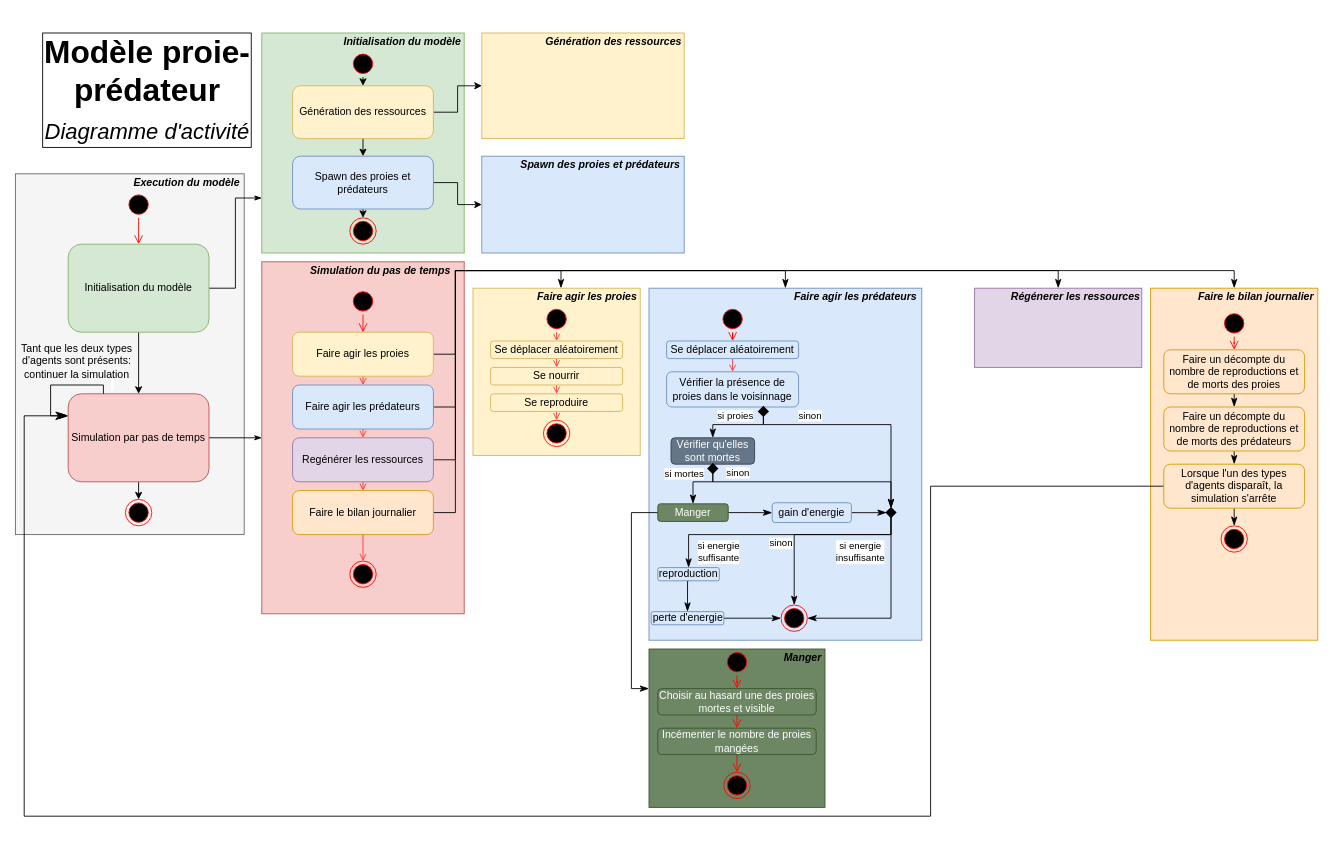
The draw.io diagram page "Diagramme d'activité" (2 of 3) of class_diagram.drawio in pierre-manchon/MAS_Vultures_population_modelisation, before the edit. Source tidied: cells renumbered, new cells numbered last; positions are measured from the earlier drawing's top-left corner, leaving out a move shared by most shapes. Both pictures are drawn from the tidied source at 88%, with x=0, y=0 at pixel (15, 15).
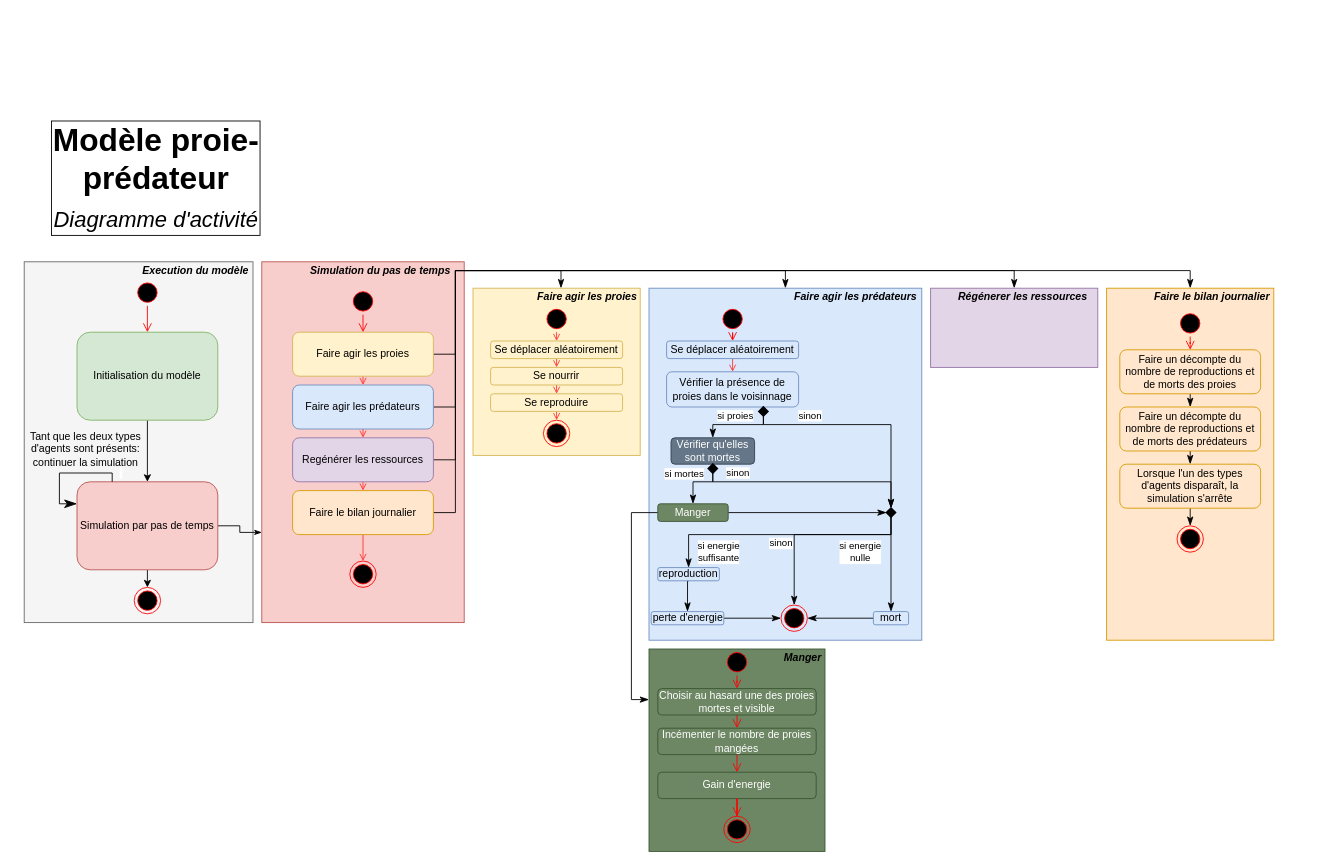
The same page after the edit.

The change refers to these unchanged cells:
```xml
<mxCell id="30" value="Regénérer les ressources" style="rounded=1;whiteSpace=wrap;html=1;fillColor=#e1d5e7;strokeColor=#9673a6;" parent="1" vertex="1">
  <mxGeometry x="315" y="480" width="160" height="50" as="geometry" />
</mxCell>
<mxCell id="33" value="Faire le bilan journalier" style="rounded=1;whiteSpace=wrap;html=1;fillColor=#ffe6cc;strokeColor=#d79b00;" parent="1" vertex="1">
  <mxGeometry x="315" y="540" width="160" height="50" as="geometry" />
</mxCell>
<mxCell id="51" value="Se nourrir" style="rounded=1;whiteSpace=wrap;html=1;fillColor=#fff2cc;strokeColor=#d6b656;" parent="1" vertex="1">
  <mxGeometry x="540" y="400" width="150" height="20" as="geometry" />
</mxCell>
<mxCell id="52" value="Se reproduire" style="rounded=1;whiteSpace=wrap;html=1;fillColor=#fff2cc;strokeColor=#d6b656;" parent="1" vertex="1">
  <mxGeometry x="540" y="430" width="150" height="20" as="geometry" />
</mxCell>
<mxCell id="60" style="ellipse;html=1;shape=startState;fillColor=#000000;strokeColor=#ff0000;" parent="1" vertex="1">
  <mxGeometry x="800" y="330" width="30" height="30" as="geometry" />
</mxCell>
<mxCell id="63" value="Se déplacer aléatoirement" style="rounded=1;whiteSpace=wrap;html=1;fillColor=#dae8fc;strokeColor=#6c8ebf;" parent="1" vertex="1">
  <mxGeometry x="740" y="370" width="150" height="20" as="geometry" />
</mxCell>
<mxCell id="68" style="ellipse;html=1;shape=endState;fillColor=#000000;strokeColor=#ff0000;" parent="1" vertex="1">
  <mxGeometry x="870" y="670" width="30" height="30" as="geometry" />
</mxCell>
<mxCell id="75" value="Manger" style="rounded=1;whiteSpace=wrap;html=1;fillColor=#6d8764;strokeColor=#3A5431;fontColor=#ffffff;" parent="1" vertex="1">
  <mxGeometry x="730" y="555" width="80" height="20" as="geometry" />
</mxCell>
<mxCell id="81" style="strokeWidth=2;html=1;shape=mxgraph.flowchart.decision;whiteSpace=wrap;labelBackgroundColor=none;fontSize=36;fillColor=#000000;" parent="1" vertex="1">
  <mxGeometry x="990" y="560" width="10" height="10" as="geometry" />
</mxCell>
<mxCell id="87" value="Incémenter le nombre de proies mangées" style="rounded=1;whiteSpace=wrap;html=1;fillColor=#6d8764;strokeColor=#3A5431;fontColor=#ffffff;" parent="1" vertex="1">
  <mxGeometry x="730" y="810" width="180" height="30" as="geometry" />
</mxCell>
```

What changed in the source:
```diff
@@
     <mxCell id="2" style="rounded=0;whiteSpace=wrap;html=1;fillColor=#ffe6cc;strokeColor=#d79b00;" parent="1" vertex="1">
-      <mxGeometry x="1290" y="310" width="190" height="400" as="geometry" />
+      <mxGeometry x="1240" y="310" width="190" height="400" as="geometry" />
     </mxCell>
     <mxCell id="3" style="rounded=0;whiteSpace=wrap;html=1;fillColor=#e1d5e7;strokeColor=#9673a6;" parent="1" vertex="1">
-      <mxGeometry x="1090" y="310" width="190" height="90" as="geometry" />
+      <mxGeometry x="1040" y="310" width="190" height="90" as="geometry" />
     </mxCell>
@@
-    <mxCell id="5" style="rounded=0;whiteSpace=wrap;html=1;fillColor=#fff2cc;strokeColor=#d6b656;" parent="1" vertex="1">
-      <mxGeometry x="530" y="20" width="230" height="120" as="geometry" />
-    </mxCell>
-    <mxCell id="6" style="rounded=0;whiteSpace=wrap;html=1;fillColor=#dae8fc;strokeColor=#6c8ebf;" parent="1" vertex="1">
-      <mxGeometry x="530" y="160" width="230" height="110" as="geometry" />
-    </mxCell>
-    <mxCell id="7" style="rounded=0;whiteSpace=wrap;html=1;fillColor=#d5e8d4;strokeColor=#82b366;" parent="1" vertex="1">
-      <mxGeometry x="280" y="20" width="230" height="250" as="geometry" />
-    </mxCell>
     <mxCell id="8" style="rounded=0;whiteSpace=wrap;html=1;fillColor=#f5f5f5;strokeColor=#666666;fontColor=#333333;" parent="1" vertex="1">
-      <mxGeometry y="180" width="260" height="410" as="geometry" />
+      <mxGeometry x="10" y="280" width="260" height="410" as="geometry" />
     </mxCell>
     <mxCell id="9" style="rounded=0;whiteSpace=wrap;html=1;fillColor=#f8cecc;strokeColor=#b85450;" parent="1" vertex="1">
-      <mxGeometry x="280" y="280" width="230" height="400" as="geometry" />
+      <mxGeometry x="280" y="280" width="230" height="410" as="geometry" />
     </mxCell>
@@
-    <mxCell id="12" style="edgeStyle=orthogonalEdgeStyle;rounded=0;sketch=0;jettySize=auto;html=1;exitX=1;exitY=0.5;exitDx=0;exitDy=0;entryX=0;entryY=0.75;entryDx=0;entryDy=0;shadow=0;startArrow=none;startFill=0;endArrow=classicThin;endFill=1;strokeColor=#000000;" parent="1" edge="1" source="13" target="7">
-      <mxGeometry relative="1" as="geometry" />
-    </mxCell>
     <mxCell id="13" value="Initialisation du modèle" style="rounded=1;whiteSpace=wrap;html=1;fillColor=#d5e8d4;strokeColor=#82b366;" parent="1" vertex="1">
-      <mxGeometry x="60" y="260" width="160" height="100" as="geometry" />
+      <mxGeometry x="70" y="360" width="160" height="100" as="geometry" />
     </mxCell>
@@
-    <mxCell id="15" style="edgeStyle=orthogonalEdgeStyle;rounded=0;sketch=0;jettySize=auto;html=1;exitX=1;exitY=0.5;exitDx=0;exitDy=0;entryX=0;entryY=0.5;entryDx=0;entryDy=0;shadow=0;startArrow=none;startFill=0;endArrow=classicThin;endFill=1;strokeColor=#000000;" parent="1" edge="1" source="16" target="9">
+    <mxCell id="15" style="edgeStyle=orthogonalEdgeStyle;rounded=0;sketch=0;jettySize=auto;html=1;exitX=1;exitY=0.5;exitDx=0;exitDy=0;entryX=0;entryY=0.75;entryDx=0;entryDy=0;shadow=0;startArrow=none;startFill=0;endArrow=classicThin;endFill=1;strokeColor=#000000;" parent="1" edge="1" source="16" target="9">
       <mxGeometry relative="1" as="geometry" />
     </mxCell>
     <mxCell id="16" value="Simulation par pas de temps" style="rounded=1;whiteSpace=wrap;html=1;fillColor=#f8cecc;strokeColor=#b85450;" parent="1" vertex="1">
-      <mxGeometry x="60" y="430" width="160" height="100" as="geometry" />
+      <mxGeometry x="70" y="530" width="160" height="100" as="geometry" />
     </mxCell>
     <mxCell id="17" style="ellipse;html=1;shape=endState;fillColor=#000000;strokeColor=#ff0000;" parent="1" vertex="1">
-      <mxGeometry x="125" y="550" width="30" height="30" as="geometry" />
+      <mxGeometry x="135" y="650" width="30" height="30" as="geometry" />
     </mxCell>
     <mxCell id="18" style="ellipse;html=1;shape=startState;fillColor=#000000;strokeColor=#ff0000;" parent="1" vertex="1">
-      <mxGeometry x="125" y="200" width="30" height="30" as="geometry" />
+      <mxGeometry x="135" y="300" width="30" height="30" as="geometry" />
     </mxCell>
@@
     <mxCell id="20" value="Modèle proie-prédateur&lt;br&gt;&lt;span style=&quot;font-weight: normal&quot;&gt;&lt;font style=&quot;font-size: 25px&quot;&gt;&lt;i&gt;Diagramme d'activité&lt;/i&gt;&lt;/font&gt;&lt;/span&gt;" style="text;html=1;strokeColor=none;fillColor=none;align=center;verticalAlign=middle;whiteSpace=wrap;rounded=0;strokeWidth=2;fontSize=36;fontStyle=1;labelBorderColor=#000000;" parent="1" vertex="1">
-      <mxGeometry x="30" width="240" height="170" as="geometry" />
+      <mxGeometry x="40" y="100" width="240" height="170" as="geometry" />
     </mxCell>
@@
     <mxCell id="29" style="edgeStyle=orthogonalEdgeStyle;rounded=0;sketch=0;jumpSize=4;jettySize=auto;html=1;exitX=1;exitY=0.5;exitDx=0;exitDy=0;entryX=0.5;entryY=0;entryDx=0;entryDy=0;shadow=0;startArrow=none;startFill=0;startSize=14;endArrow=classicThin;endFill=1;endSize=8;strokeColor=#000000;fontSize=36;" parent="1" edge="1" source="30" target="3">
       <mxGeometry relative="1" as="geometry">
         <Array as="points">
           <mxPoint x="500" y="505" />
           <mxPoint x="500" y="290" />
-          <mxPoint x="1185" y="290" />
+          <mxPoint x="1135" y="290" />
         </Array>
       </mxGeometry>
     </mxCell>
@@
     <mxCell id="32" style="edgeStyle=orthogonalEdgeStyle;rounded=0;sketch=0;jumpSize=4;jettySize=auto;html=1;exitX=1;exitY=0.5;exitDx=0;exitDy=0;entryX=0.5;entryY=0;entryDx=0;entryDy=0;shadow=0;startArrow=none;startFill=0;startSize=14;endArrow=classicThin;endFill=1;endSize=8;strokeColor=#000000;fontSize=36;" parent="1" edge="1" source="33" target="2">
       <mxGeometry relative="1" as="geometry">
         <Array as="points">
           <mxPoint x="500" y="565" />
           <mxPoint x="500" y="290" />
-          <mxPoint x="1385" y="290" />
+          <mxPoint x="1335" y="290" />
         </Array>
       </mxGeometry>
     </mxCell>
@@
-    <mxCell id="34" style="edgeStyle=orthogonalEdgeStyle;rounded=0;jettySize=auto;html=1;exitX=0.5;exitY=1;exitDx=0;exitDy=0;entryX=0.5;entryY=0;entryDx=0;entryDy=0;" parent="1" edge="1" source="36" target="42">
-      <mxGeometry relative="1" as="geometry" />
-    </mxCell>
-    <mxCell id="35" style="edgeStyle=orthogonalEdgeStyle;rounded=0;jettySize=auto;html=1;exitX=1;exitY=0.5;exitDx=0;exitDy=0;entryX=0;entryY=0.5;entryDx=0;entryDy=0;" parent="1" edge="1" source="36" target="5">
-      <mxGeometry relative="1" as="geometry" />
-    </mxCell>
-    <mxCell id="36" value="Génération des ressources" style="rounded=1;whiteSpace=wrap;html=1;fillColor=#fff2cc;strokeColor=#d6b656;" parent="1" vertex="1">
-      <mxGeometry x="315" y="80" width="160" height="60" as="geometry" />
-    </mxCell>
-    <mxCell id="37" style="ellipse;html=1;shape=endState;fillColor=#000000;strokeColor=#ff0000;" parent="1" vertex="1">
-      <mxGeometry x="380" y="230" width="30" height="30" as="geometry" />
-    </mxCell>
-    <mxCell id="38" style="edgeStyle=orthogonalEdgeStyle;rounded=0;jettySize=auto;html=1;exitX=0.5;exitY=1;exitDx=0;exitDy=0;entryX=0.5;entryY=0;entryDx=0;entryDy=0;" parent="1" edge="1" source="39" target="36">
-      <mxGeometry relative="1" as="geometry" />
-    </mxCell>
-    <mxCell id="39" style="ellipse;html=1;shape=startState;fillColor=#000000;strokeColor=#ff0000;" parent="1" vertex="1">
-      <mxGeometry x="380" y="40" width="30" height="30" as="geometry" />
-    </mxCell>
-    <mxCell id="40" style="edgeStyle=orthogonalEdgeStyle;rounded=0;jettySize=auto;html=1;exitX=0.5;exitY=1;exitDx=0;exitDy=0;entryX=0.5;entryY=0;entryDx=0;entryDy=0;" parent="1" edge="1" source="42" target="37">
-      <mxGeometry relative="1" as="geometry" />
-    </mxCell>
-    <mxCell id="41" style="edgeStyle=orthogonalEdgeStyle;rounded=0;jettySize=auto;html=1;exitX=1;exitY=0.5;exitDx=0;exitDy=0;entryX=0;entryY=0.5;entryDx=0;entryDy=0;" parent="1" edge="1" source="42" target="6">
-      <mxGeometry relative="1" as="geometry" />
-    </mxCell>
-    <mxCell id="42" value="Spawn des proies et prédateurs" style="rounded=1;whiteSpace=wrap;html=1;fillColor=#dae8fc;strokeColor=#6c8ebf;" parent="1" vertex="1">
-      <mxGeometry x="315" y="160" width="160" height="60" as="geometry" />
-    </mxCell>
@@
     <mxCell id="50" style="edgeStyle=orthogonalEdgeStyle;rounded=0;jettySize=auto;html=1;exitX=0.5;exitY=1;exitDx=0;exitDy=0;entryX=0.5;entryY=0;entryDx=0;entryDy=0;endArrow=open;endFill=0;strokeColor=#FF3333;" parent="1" edge="1" source="51" target="52">
-      <mxGeometry x="-320" y="320" as="geometry" />
+      <mxGeometry x="-659" y="220" as="geometry" />
     </mxCell>
@@
     <mxCell id="53" value="Execution du modèle" style="text;html=1;strokeColor=none;fillColor=none;align=center;verticalAlign=middle;whiteSpace=wrap;rounded=0;fontStyle=3;" parent="1" vertex="1">
-      <mxGeometry x="130" y="180" width="130" height="20" as="geometry" />
+      <mxGeometry x="140" y="280" width="130" height="20" as="geometry" />
     </mxCell>
@@
-    <mxCell id="56" value="Initialisation du modèle" style="text;html=1;strokeColor=none;fillColor=none;align=center;verticalAlign=middle;whiteSpace=wrap;rounded=0;fontStyle=3;" parent="1" vertex="1">
-      <mxGeometry x="370" y="20" width="140" height="20" as="geometry" />
-    </mxCell>
     <mxCell id="57" value="Faire le bilan journalier" style="text;html=1;strokeColor=none;fillColor=none;align=center;verticalAlign=middle;whiteSpace=wrap;rounded=0;fontStyle=3;" parent="1" vertex="1">
-      <mxGeometry x="1340" y="310" width="140" height="20" as="geometry" />
+      <mxGeometry x="1290" y="310" width="140" height="20" as="geometry" />
     </mxCell>
     <mxCell id="58" value="Régénerer les ressources" style="text;html=1;strokeColor=none;fillColor=none;align=center;verticalAlign=middle;whiteSpace=wrap;rounded=0;fontStyle=3;" parent="1" vertex="1">
-      <mxGeometry x="1130" y="310" width="150" height="20" as="geometry" />
+      <mxGeometry x="1070" y="310" width="150" height="20" as="geometry" />
     </mxCell>
@@
     <mxCell id="61" style="edgeStyle=orthogonalEdgeStyle;html=1;verticalAlign=bottom;endArrow=open;endSize=8;strokeColor=#ff0000;entryX=0.5;entryY=0;entryDx=0;entryDy=0;" parent="1" edge="1" source="60" target="63">
-      <mxGeometry x="-140" y="130" as="geometry" />
+      <mxGeometry x="-479" y="30" as="geometry" />
     </mxCell>
@@
-    <mxCell id="65" value="Spawn des proies et prédateurs" style="text;html=1;strokeColor=none;fillColor=none;align=center;verticalAlign=middle;whiteSpace=wrap;rounded=0;fontStyle=3;" parent="1" vertex="1">
-      <mxGeometry x="570" y="160" width="190" height="20" as="geometry" />
-    </mxCell>
-    <mxCell id="66" value="Génération des ressources" style="text;html=1;strokeColor=none;fillColor=none;align=center;verticalAlign=middle;whiteSpace=wrap;rounded=0;fontStyle=3;" parent="1" vertex="1">
-      <mxGeometry x="600" y="20" width="160" height="20" as="geometry" />
-    </mxCell>
@@
     <mxCell id="69" value="&amp;nbsp;" style="endArrow=classicThin;html=1;endSize=12;startArrow=none;startSize=14;startFill=0;edgeStyle=orthogonalEdgeStyle;strokeColor=#000000;endFill=1;exitX=0.25;exitY=0;exitDx=0;exitDy=0;entryX=0;entryY=0.25;entryDx=0;entryDy=0;rounded=0;" parent="1" edge="1" source="16" target="16">
       <mxGeometry x="-0.84" y="-10" relative="1" as="geometry">
         <Array as="points">
-          <mxPoint x="100" y="420" />
-          <mxPoint x="40" y="420" />
-          <mxPoint x="40" y="455" />
+          <mxPoint x="110" y="520" />
+          <mxPoint x="50" y="520" />
+          <mxPoint x="50" y="555" />
         </Array>
         <mxPoint x="10" y="10" as="offset" />
       </mxGeometry>
     </mxCell>
@@
     <mxCell id="73" style="edgeStyle=orthogonalEdgeStyle;rounded=0;sketch=0;jumpSize=4;jettySize=auto;html=1;exitX=0;exitY=0.5;exitDx=0;exitDy=0;entryX=0;entryY=0.25;entryDx=0;entryDy=0;shadow=0;startArrow=none;startFill=0;startSize=14;endArrow=classicThin;endFill=1;endSize=8;strokeColor=#000000;fontSize=36;" parent="1" edge="1" source="75" target="83">
       <mxGeometry relative="1" as="geometry">
         <Array as="points">
           <mxPoint x="700" y="565" />
-          <mxPoint x="700" y="765" />
+          <mxPoint x="700" y="778" />
+          <mxPoint x="720" y="778" />
         </Array>
       </mxGeometry>
     </mxCell>
-    <mxCell id="74" style="edgeStyle=orthogonalEdgeStyle;rounded=0;sketch=0;jumpSize=4;jettySize=auto;html=1;exitX=1;exitY=0.5;exitDx=0;exitDy=0;entryX=0;entryY=0.5;entryDx=0;entryDy=0;shadow=0;startArrow=none;startFill=0;startSize=14;endArrow=classicThin;endFill=1;endSize=8;strokeColor=#000000;fontSize=12;" parent="1" edge="1" source="75" target="108">
-      <mxGeometry relative="1" as="geometry" />
-    </mxCell>
+    <mxCell id="110" style="edgeStyle=orthogonalEdgeStyle;rounded=0;sketch=0;jumpSize=4;jettySize=auto;html=1;exitX=1;exitY=0.5;exitDx=0;exitDy=0;entryX=0;entryY=0.5;entryDx=0;entryDy=0;entryPerimeter=0;shadow=0;startArrow=none;startFill=0;startSize=14;endArrow=classicThin;endFill=1;endSize=8;strokeColor=#000000;fontSize=12;" parent="1" edge="1" source="75" target="81">
+      <mxGeometry relative="1" as="geometry" />
+    </mxCell>
@@
     <mxCell id="83" style="rounded=0;whiteSpace=wrap;html=1;fillColor=#6d8764;strokeColor=#3A5431;fontColor=#ffffff;" parent="1" vertex="1">
-      <mxGeometry x="720" y="720" width="200" height="180" as="geometry" />
+      <mxGeometry x="720" y="720" width="200" height="230" as="geometry" />
     </mxCell>
@@
-    <mxCell id="86" style="edgeStyle=orthogonalEdgeStyle;rounded=0;sketch=0;jumpSize=4;jettySize=auto;html=1;exitX=0.5;exitY=1;exitDx=0;exitDy=0;entryX=0.5;entryY=0;entryDx=0;entryDy=0;shadow=0;startArrow=none;startFill=0;startSize=14;endArrow=open;endFill=0;endSize=8;fontSize=36;strokeColor=#FF0000;" parent="1" edge="1" source="87" target="90">
-      <mxGeometry relative="1" as="geometry" />
-    </mxCell>
@@
     <mxCell id="90" style="ellipse;html=1;shape=endState;fillColor=#000000;strokeColor=#ff0000;labelBackgroundColor=none;fontSize=36;" parent="1" vertex="1">
-      <mxGeometry x="805" y="860" width="30" height="30" as="geometry" />
+      <mxGeometry x="805" y="910" width="30" height="30" as="geometry" />
     </mxCell>
@@
     <mxCell id="93" value="Faire un décompte du nombre de reproductions et de morts des proies" style="rounded=1;whiteSpace=wrap;html=1;fillColor=#ffe6cc;strokeColor=#d79b00;" parent="1" vertex="1">
-      <mxGeometry x="1305" y="380" width="160" height="50" as="geometry" />
+      <mxGeometry x="1255" y="380" width="160" height="50" as="geometry" />
     </mxCell>
@@
     <mxCell id="95" value="Faire un décompte du nombre de reproductions et de morts des prédateurs" style="rounded=1;whiteSpace=wrap;html=1;fillColor=#ffe6cc;strokeColor=#d79b00;" parent="1" vertex="1">
-      <mxGeometry x="1305" y="445" width="160" height="50" as="geometry" />
+      <mxGeometry x="1255" y="445" width="160" height="50" as="geometry" />
     </mxCell>
     <mxCell id="96" style="ellipse;html=1;shape=startState;fillColor=#000000;strokeColor=#ff0000;labelBackgroundColor=none;fontSize=36;" parent="1" vertex="1">
-      <mxGeometry x="1370" y="335" width="30" height="30" as="geometry" />
+      <mxGeometry x="1320" y="335" width="30" height="30" as="geometry" />
     </mxCell>
@@
     <mxCell id="98" style="ellipse;html=1;shape=endState;fillColor=#000000;strokeColor=#ff0000;labelBackgroundColor=none;fontSize=36;" parent="1" vertex="1">
-      <mxGeometry x="1370" y="580" width="30" height="30" as="geometry" />
+      <mxGeometry x="1320" y="580" width="30" height="30" as="geometry" />
     </mxCell>
@@
-    <mxCell id="100" style="edgeStyle=orthogonalEdgeStyle;rounded=0;sketch=0;jumpSize=4;jettySize=auto;html=1;exitX=0;exitY=0.5;exitDx=0;exitDy=0;entryX=0;entryY=0.25;entryDx=0;entryDy=0;shadow=0;startArrow=none;startFill=0;startSize=14;endArrow=classicThin;endFill=1;endSize=8;strokeColor=#000000;fontSize=12;" parent="1" edge="1" source="101" target="16">
-      <mxGeometry relative="1" as="geometry">
-        <Array as="points">
-          <mxPoint x="1040" y="535" />
-          <mxPoint x="1040" y="910" />
-          <mxPoint x="10" y="910" />
-          <mxPoint x="10" y="455" />
-        </Array>
-      </mxGeometry>
-    </mxCell>
     <mxCell id="101" value="Lorsque l'un des types d'agents disparaît, la simulation s'arrête" style="rounded=1;whiteSpace=wrap;html=1;fillColor=#ffe6cc;strokeColor=#d79b00;" parent="1" vertex="1">
-      <mxGeometry x="1305" y="510" width="160" height="50" as="geometry" />
+      <mxGeometry x="1255" y="510" width="160" height="50" as="geometry" />
     </mxCell>
     <mxCell id="102" value="Tant que les deux types d'agents sont présents: continuer la simulation" style="text;html=1;strokeColor=none;fillColor=none;align=center;verticalAlign=middle;whiteSpace=wrap;rounded=0;labelBackgroundColor=none;fontSize=12;" parent="1" vertex="1">
-      <mxGeometry y="370" width="140" height="45" as="geometry" />
+      <mxGeometry x="10" y="470" width="140" height="45" as="geometry" />
     </mxCell>
@@
-    <mxCell id="107" style="edgeStyle=orthogonalEdgeStyle;rounded=0;sketch=0;jumpSize=4;jettySize=auto;html=1;exitX=1;exitY=0.5;exitDx=0;exitDy=0;entryX=0;entryY=0.5;entryDx=0;entryDy=0;entryPerimeter=0;shadow=0;startArrow=none;startFill=0;startSize=14;endArrow=classicThin;endFill=1;endSize=8;strokeColor=#000000;fontSize=12;" parent="1" edge="1" source="108" target="81">
-      <mxGeometry relative="1" as="geometry" />
-    </mxCell>
-    <mxCell id="108" value="gain d'energie" style="rounded=1;whiteSpace=wrap;html=1;fillColor=#dae8fc;strokeColor=#6c8ebf;" parent="1" vertex="1">
-      <mxGeometry x="860" y="553.8" width="90" height="22.5" as="geometry" />
-    </mxCell>
-    <mxCell id="109" value="si energie&lt;br&gt;insuffisante" style="endArrow=classicThin;html=1;endSize=8;startArrow=none;startSize=14;startFill=0;edgeStyle=orthogonalEdgeStyle;strokeColor=#000000;rounded=0;sketch=0;shadow=0;endFill=1;exitX=0.5;exitY=1;exitDx=0;exitDy=0;exitPerimeter=0;entryX=1;entryY=0.5;entryDx=0;entryDy=0;" parent="1" edge="1" source="81" target="68">
-      <mxGeometry x="-0.62" y="-35" relative="1" as="geometry">
+    <mxCell id="109" value="si energie&lt;br&gt;nulle" style="endArrow=classicThin;html=1;endSize=8;startArrow=none;startSize=14;startFill=0;edgeStyle=orthogonalEdgeStyle;strokeColor=#000000;rounded=0;sketch=0;shadow=0;endFill=1;exitX=0.5;exitY=1;exitDx=0;exitDy=0;exitPerimeter=0;entryX=0.5;entryY=0;entryDx=0;entryDy=0;" parent="1" edge="1" source="81" target="115">
+      <mxGeometry x="-0.26" y="-35" relative="1" as="geometry">
         <Array as="points">
-          <mxPoint x="995" y="685" />
+          <mxPoint x="995" y="620" />
+          <mxPoint x="995" y="620" />
         </Array>
       </mxGeometry>
     </mxCell>
+    <mxCell id="111" value="Gain d'energie" style="rounded=1;whiteSpace=wrap;html=1;fillColor=#6d8764;strokeColor=#3A5431;fontColor=#ffffff;" parent="1" vertex="1">
+      <mxGeometry x="730" y="860" width="180" height="30" as="geometry" />
+    </mxCell>
+    <mxCell id="112" style="edgeStyle=orthogonalEdgeStyle;rounded=0;sketch=0;jumpSize=4;jettySize=auto;html=1;entryX=0.5;entryY=0;entryDx=0;entryDy=0;shadow=0;startArrow=none;startFill=0;startSize=14;endArrow=open;endFill=0;endSize=8;fontSize=36;strokeColor=#FF0000;" parent="1" edge="1" target="111">
+      <mxGeometry relative="1" as="geometry">
+        <mxPoint x="820" y="840" as="sourcePoint" />
+        <Array as="points">
+          <mxPoint x="820" y="840" />
+        </Array>
+      </mxGeometry>
+    </mxCell>
+    <mxCell id="113" style="edgeStyle=orthogonalEdgeStyle;rounded=0;sketch=0;jumpSize=4;jettySize=auto;html=1;entryX=0.5;entryY=0;entryDx=0;entryDy=0;shadow=0;startArrow=none;startFill=0;startSize=14;endArrow=open;endFill=0;endSize=8;fontSize=36;strokeColor=#FF0000;" parent="1" edge="1" source="111" target="90">
+      <mxGeometry relative="1" as="geometry" />
+    </mxCell>
+    <mxCell id="114" style="edgeStyle=orthogonalEdgeStyle;rounded=0;sketch=0;jumpSize=4;jettySize=auto;html=1;exitX=0;exitY=0.5;exitDx=0;exitDy=0;entryX=1;entryY=0.5;entryDx=0;entryDy=0;shadow=0;startArrow=none;startFill=0;startSize=14;endArrow=classicThin;endFill=1;endSize=8;strokeColor=#000000;fontSize=12;" parent="1" edge="1" source="115" target="68">
+      <mxGeometry relative="1" as="geometry" />
+    </mxCell>
+    <mxCell id="115" value="mort" style="rounded=1;whiteSpace=wrap;html=1;fillColor=#dae8fc;strokeColor=#6c8ebf;" parent="1" vertex="1">
+      <mxGeometry x="975" y="677.5" width="40" height="15" as="geometry" />
+    </mxCell>
```
